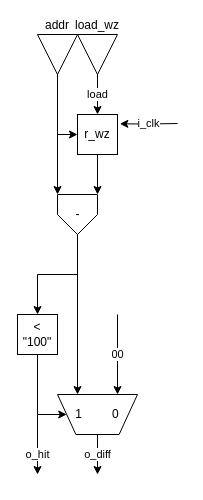
Earlier version of the draw.io diagram page "wz_enc" (4 of 5) of schema.drawio (imDema/progetto_reti_logiche). Source tidied: cells renumbered, new cells numbered last; positions are measured from the earlier drawing's top-left corner, leaving out a move shared by most shapes. Both pictures are drawn from the tidied source at 100%, with x=0, y=0 at pixel (17, 34).
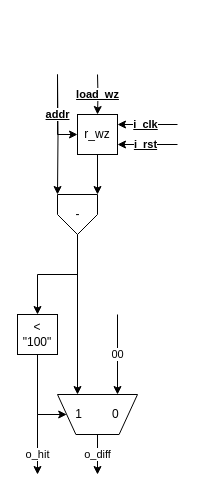
The same page after the edit.

Unchanged cells that the change refers to:
```xml
<mxCell id="4" value="-" style="verticalLabelPosition=middle;verticalAlign=middle;html=1;shape=offPageConnector;rounded=0;size=0.5;shadow=0;comic=0;gradientColor=none;labelPosition=center;align=center;" parent="1" vertex="1">
  <mxGeometry x="40" y="160" width="40" height="40" as="geometry" />
</mxCell>
<mxCell id="16" value="&lt;div&gt;r_wz&lt;/div&gt;" style="rounded=0;whiteSpace=wrap;html=1;" parent="1" vertex="1">
  <mxGeometry x="60" y="80" width="40" height="40" as="geometry" />
</mxCell>
```

What changed in the source:
```diff
@@
-    <mxCell id="11" style="edgeStyle=orthogonalEdgeStyle;rounded=0;jettySize=auto;html=1;entryX=0;entryY=0;entryDx=0;entryDy=0;" parent="1" edge="1" source="13" target="4">
-      <mxGeometry relative="1" as="geometry" />
+    <mxCell id="11" style="edgeStyle=orthogonalEdgeStyle;rounded=0;jettySize=auto;html=1;entryX=0;entryY=0;entryDx=0;entryDy=0;" parent="1" edge="1" target="4">
+      <mxGeometry relative="1" as="geometry">
+        <mxPoint x="40" y="40" as="sourcePoint" />
+      </mxGeometry>
     </mxCell>
-    <mxCell id="12" style="edgeStyle=orthogonalEdgeStyle;rounded=0;jettySize=auto;html=1;entryX=0;entryY=0.5;entryDx=0;entryDy=0;" parent="1" edge="1" source="13" target="16">
-      <mxGeometry relative="1" as="geometry" />
-    </mxCell>
-    <mxCell id="13" value="addr" style="triangle;whiteSpace=wrap;html=1;fillColor=none;direction=south;labelPosition=center;verticalLabelPosition=top;align=center;verticalAlign=bottom;" parent="1" vertex="1">
-      <mxGeometry x="20" width="40" height="40" as="geometry" />
-    </mxCell>
@@
-    <mxCell id="15" value="i_clk" style="edgeStyle=orthogonalEdgeStyle;rounded=0;jettySize=auto;html=1;strokeWidth=1;entryX=1.058;entryY=0.233;entryDx=0;entryDy=0;entryPerimeter=0;" parent="1" edge="1" target="16">
-      <mxGeometry relative="1" as="geometry">
-        <mxPoint x="160" y="89" as="sourcePoint" />
+    <mxCell id="15" value="i_clk" style="rounded=0;jettySize=auto;html=1;strokeWidth=1;fontStyle=5;entryX=1;entryY=0.25;entryDx=0;entryDy=0;" parent="1" edge="1" target="16">
+      <mxGeometry x="0.05" relative="1" as="geometry">
+        <mxPoint x="160" y="90" as="sourcePoint" />
       </mxGeometry>
     </mxCell>
@@
-    <mxCell id="17" value="load" style="edgeStyle=orthogonalEdgeStyle;rounded=0;jettySize=auto;html=1;" parent="1" edge="1" source="18" target="16">
-      <mxGeometry relative="1" as="geometry" />
+    <mxCell id="17" value="load_wz" style="edgeStyle=orthogonalEdgeStyle;rounded=0;jettySize=auto;html=1;comic=0;shadow=0;jumpStyle=none;fontStyle=5;" parent="1" edge="1" target="16">
+      <mxGeometry relative="1" as="geometry">
+        <mxPoint x="80" y="40" as="sourcePoint" />
+      </mxGeometry>
     </mxCell>
-    <mxCell id="18" value="load_wz" style="triangle;whiteSpace=wrap;html=1;fillColor=none;direction=south;labelPosition=center;verticalLabelPosition=top;align=center;verticalAlign=bottom;" parent="1" vertex="1">
-      <mxGeometry x="60" width="40" height="40" as="geometry" />
-    </mxCell>
+    <mxCell id="13" value="addr" style="endArrow=classic;html=1;entryX=0;entryY=0.5;entryDx=0;entryDy=0;edgeStyle=elbowEdgeStyle;elbow=vertical;rounded=0;fontStyle=5;" parent="1" edge="1" target="16">
+      <mxGeometry relative="1" as="geometry">
+        <mxPoint x="40" y="40" as="sourcePoint" />
+        <Array as="points">
+          <mxPoint x="50" y="100" />
+        </Array>
+      </mxGeometry>
+    </mxCell>
+    <mxCell id="19" value="i_rst" style="rounded=0;jettySize=auto;html=1;strokeWidth=1;entryX=1;entryY=0.75;entryDx=0;entryDy=0;fontStyle=5;" parent="1" edge="1" target="16">
+      <mxGeometry x="0.05" relative="1" as="geometry">
+        <mxPoint x="160" y="110" as="sourcePoint" />
+      </mxGeometry>
+    </mxCell>
```
